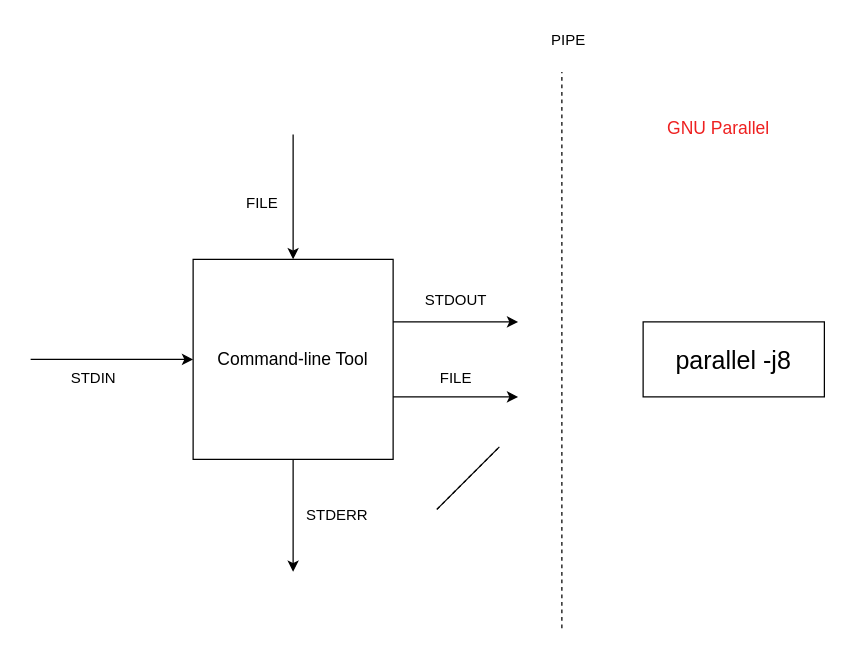
The draw.io diagram cli-tools.drawio in webdavis/Mortimer, before the edit. Source tidied: cells renumbered, new cells numbered last; positions are measured from the earlier drawing's top-left corner, leaving out a move shared by most shapes. Both pictures are drawn from the tidied source at 125%, with x=0, y=0 at pixel (30, 21).
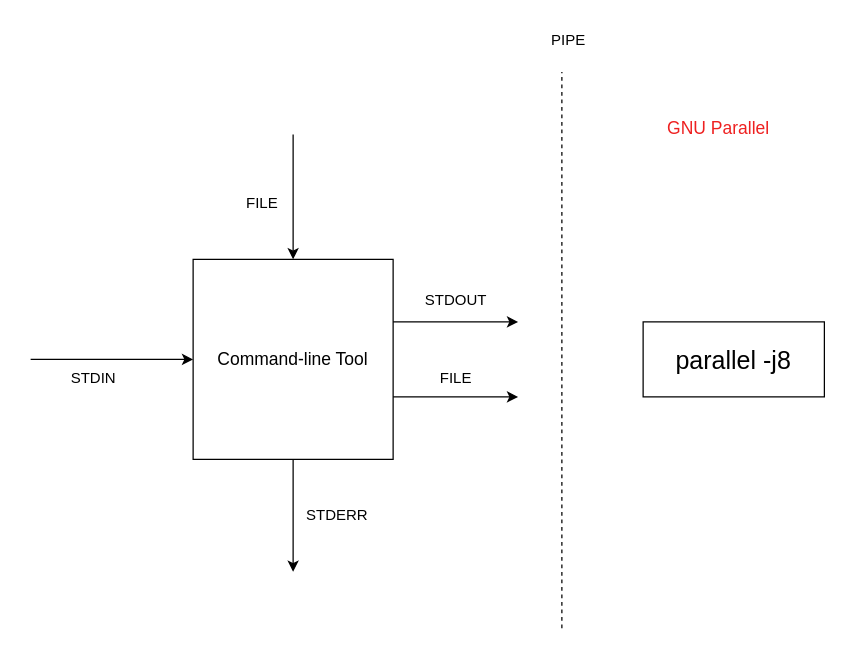
The same diagram, later.

Commit message:
Remove typo line

What changed in the source:
```diff
@@
-    <mxCell id="14" style="endArrow=none;html=1;rounded=0;" parent="1" edge="1">
-      <mxGeometry relative="1" as="geometry">
-        <mxPoint x="325" y="390" as="sourcePoint" />
-        <mxPoint x="375" y="340" as="targetPoint" />
-      </mxGeometry>
-    </mxCell>
-    <mxCell id="15" style="endArrow=none;dashed=1;html=1;rounded=0;" parent="1" edge="1">
-      <mxGeometry relative="1" as="geometry">
-        <mxPoint x="325" y="390" as="sourcePoint" />
-        <mxPoint x="375" y="340" as="targetPoint" />
-      </mxGeometry>
-    </mxCell>
```
